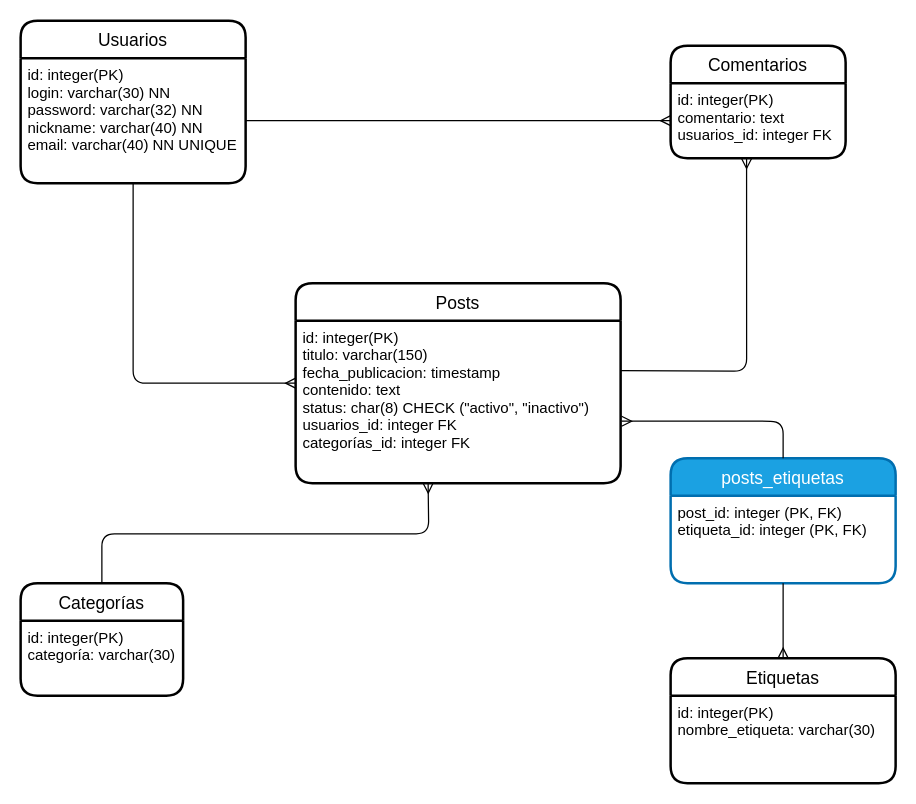
Earlier version of the draw.io diagram 2) Platzi Courses/A) Curso de Fundamentos de Bases de Datos/3) normalizacion/example.drawio (FedeIra/DataBase-Learning). Source tidied: cells renumbered, new cells numbered last; positions are measured from the earlier drawing's top-left corner, leaving out a move shared by most shapes. Both pictures are drawn from the tidied source at 125%, with x=0, y=0 at pixel (20, 20).
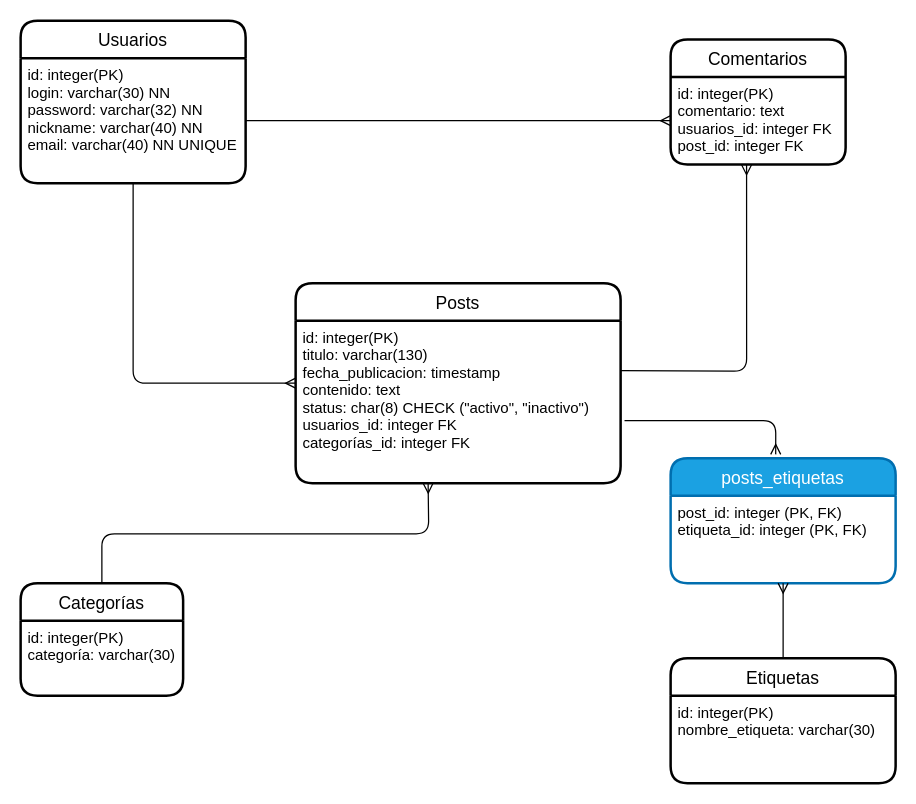
The same diagram, later.

Unchanged cells that the change refers to:
```xml
<mxCell id="4" value="Posts" style="swimlane;horizontal=1;startSize=30;rounded=1;fontSize=14;fontStyle=0;strokeWidth=2;shadow=0;dashed=0;align=center;" parent="1" vertex="1">
  <mxGeometry x="220" y="210" width="260" height="160" as="geometry" />
</mxCell>
<mxCell id="10" value="Etiquetas" style="swimlane;horizontal=1;startSize=30;rounded=1;fontSize=14;fontStyle=0;strokeWidth=2;shadow=0;dashed=0;align=center;" parent="1" vertex="1">
  <mxGeometry x="520" y="510" width="180" height="100" as="geometry" />
</mxCell>
<mxCell id="16" value="posts_etiquetas" style="swimlane;horizontal=1;startSize=30;rounded=1;fontSize=14;fontStyle=0;strokeWidth=2;shadow=0;dashed=0;align=center;fillColor=#1ba1e2;fontColor=#ffffff;strokeColor=#006EAF;" parent="1" vertex="1">
  <mxGeometry x="520" y="350" width="180" height="100" as="geometry" />
</mxCell>
<mxCell id="17" value="post_id: integer (PK, FK)&#10;etiqueta_id: integer (PK, FK)" style="align=left;strokeColor=none;fillColor=none;spacingLeft=4;fontSize=12;verticalAlign=top;" parent="16" vertex="1">
  <mxGeometry y="30" width="180" height="70" as="geometry" />
</mxCell>
```

Diff of the diagram source:
```diff
@@
-    <mxCell id="5" value="id: integer(PK)&#10;titulo: varchar(150) &#10;fecha_publicacion: timestamp&#10;contenido: text&#10;status: char(8) CHECK (&quot;activo&quot;, &quot;inactivo&quot;)&#10;usuarios_id: integer FK&#10;categorías_id: integer FK" style="align=left;strokeColor=none;fillColor=none;spacingLeft=4;fontSize=12;verticalAlign=top;" parent="4" vertex="1">
+    <mxCell id="5" value="id: integer(PK)&#10;titulo: varchar(130) &#10;fecha_publicacion: timestamp&#10;contenido: text&#10;status: char(8) CHECK (&quot;activo&quot;, &quot;inactivo&quot;)&#10;usuarios_id: integer FK&#10;categorías_id: integer FK" style="align=left;strokeColor=none;fillColor=none;spacingLeft=4;fontSize=12;verticalAlign=top;" parent="4" vertex="1">
       <mxGeometry y="30" width="260" height="130" as="geometry" />
     </mxCell>
     <mxCell id="6" value="Comentarios" style="swimlane;horizontal=1;startSize=30;rounded=1;fontSize=14;fontStyle=0;strokeWidth=2;shadow=0;dashed=0;align=center;" parent="1" vertex="1">
-      <mxGeometry x="520" y="20" width="140" height="90" as="geometry" />
+      <mxGeometry x="520" y="15" width="140" height="100" as="geometry" />
     </mxCell>
-    <mxCell id="7" value="id: integer(PK)&#10;comentario: text&#10;usuarios_id: integer FK" style="align=left;strokeColor=none;fillColor=none;spacingLeft=4;fontSize=12;verticalAlign=top;" parent="6" vertex="1">
-      <mxGeometry y="30" width="140" height="60" as="geometry" />
+    <mxCell id="7" value="id: integer(PK)&#10;comentario: text&#10;usuarios_id: integer FK&#10;post_id: integer FK" style="align=left;strokeColor=none;fillColor=none;spacingLeft=4;fontSize=12;verticalAlign=top;" parent="6" vertex="1">
+      <mxGeometry y="30" width="140" height="70" as="geometry" />
     </mxCell>
@@
-    <mxCell id="18" style="edgeStyle=orthogonalEdgeStyle;fontSize=12;html=1;endArrow=ERmany;entryX=1.003;entryY=0.619;entryDx=0;entryDy=0;entryPerimeter=0;exitX=0.5;exitY=0;exitDx=0;exitDy=0;" parent="1" edge="1" source="16" target="5">
-      <mxGeometry relative="1" as="geometry" />
+    <mxCell id="18" style="edgeStyle=orthogonalEdgeStyle;fontSize=12;html=1;endArrow=ERmany;exitX=1.012;exitY=0.615;exitDx=0;exitDy=0;exitPerimeter=0;entryX=0.467;entryY=-0.03;entryDx=0;entryDy=0;entryPerimeter=0;" parent="1" edge="1" source="5" target="16">
+      <mxGeometry relative="1" as="geometry">
+        <Array as="points">
+          <mxPoint x="604" y="320" />
+        </Array>
+      </mxGeometry>
     </mxCell>
-    <mxCell id="19" style="edgeStyle=orthogonalEdgeStyle;fontSize=12;html=1;endArrow=ERmany;entryX=0.5;entryY=0;entryDx=0;entryDy=0;exitX=0.5;exitY=1;exitDx=0;exitDy=0;" parent="1" edge="1" source="16" target="10">
+    <mxCell id="19" style="edgeStyle=orthogonalEdgeStyle;fontSize=12;html=1;endArrow=ERmany;entryX=0.5;entryY=1;entryDx=0;entryDy=0;exitX=0.5;exitY=0;exitDx=0;exitDy=0;" parent="1" edge="1" source="10" target="17">
       <mxGeometry relative="1" as="geometry" />
     </mxCell>
```
